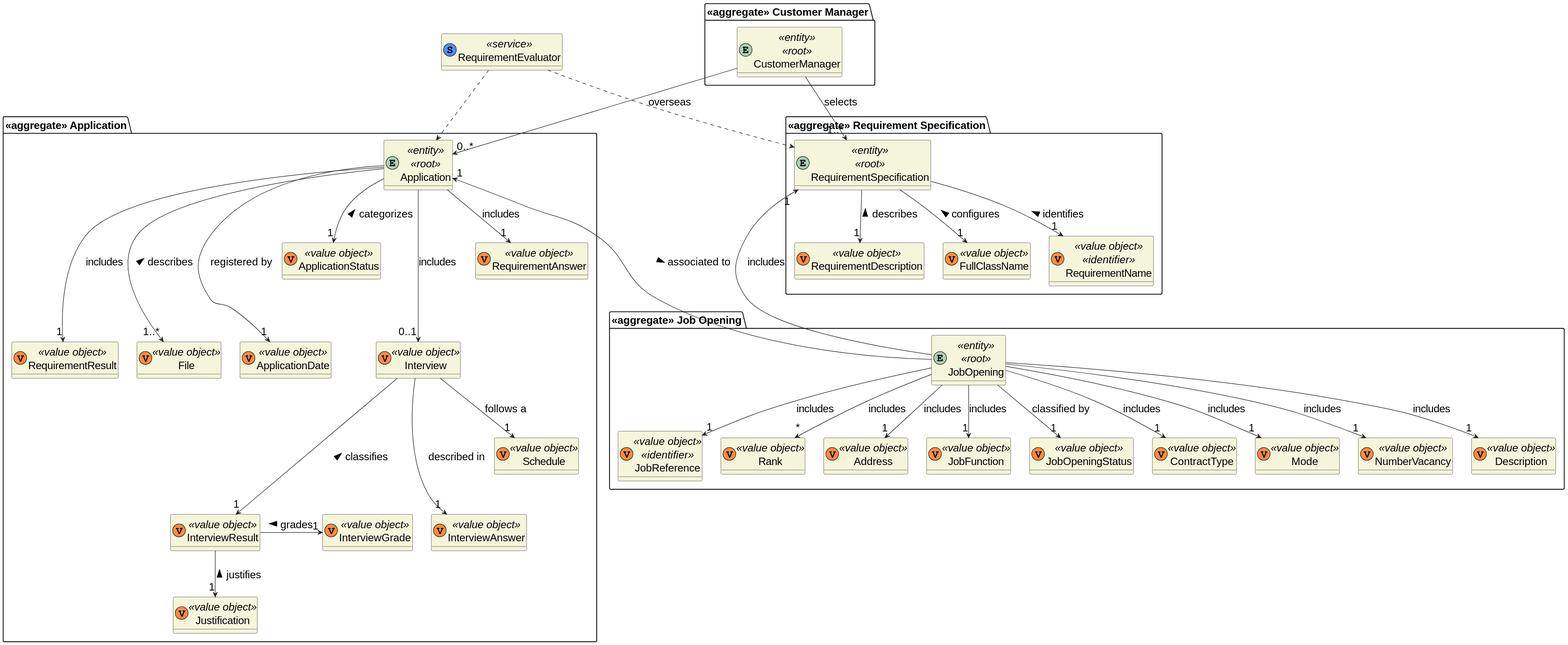
Earlier version of the PlantUML export docs/sprint-c/us_1015/domain-model.svg (rita-barbosa/LAPR4-2324). Source of this version:
```plantuml
@startuml
skinparamlocked defaultFontSize 20

skinparam classAttributeIconSize 0
hide empty attributes
skinparam classBackgroundColor beige
skinparam ArrowColor #222222







    class RequirementEvaluator <<(S,#4d91f7) service>> {}

package "<<aggregate>> Requirement Specification" {
    entity RequirementSpecification <<entity>> <<root>>  {}
    class RequirementName <<(V,#FF8B40) value object>> <<identifier>> {}
    class RequirementDescription <<(V,#FF8B40) value object>> {}
     class FullClassName <<(V,#FF8B40) value object>> {}
}
package "<<aggregate>> Job Opening" {
    entity JobOpening <<entity>> <<root>> {}
    class JobFunction <<(V,#FF8B40) value object>> {}
    class JobOpeningStatus <<(V,#FF8B40) value object>> {}
    class ContractType <<(V,#FF8B40) value object>> {}
    class Mode <<(V,#FF8B40) value object>> {}
    class NumberVacancy <<(V,#FF8B40) value object>> {}
       class Description <<(V,#FF8B40) value object>> {}
     class JobReference <<(V,#FF8B40) value object>> <<identifier>> {}
      class Rank <<(V,#FF8B40) value object>>{}
          class Address <<(V,#FF8B40) value object>> {}
}
package "<<aggregate>> Customer Manager" {
    entity CustomerManager <<entity>> <<root>>  {}
}


package "<<aggregate>> Application" {
    entity Application <<entity>><<root>>  {}
    class ApplicationDate <<(V,#FF8B40) value object>> {}
    class ApplicationStatus <<(V,#FF8B40) value object>> {}
    class Interview <<(V,#FF8B40) value object>>   {}
    class InterviewAnswer <<(V,#FF8B40) value object>>   {}
    class InterviewResult <<(V,#FF8B40) value object>>   {}
    class Justification <<(V,#FF8B40) value object>>   {}
    class InterviewGrade <<(V,#FF8B40) value object>>   {}
    class RequirementAnswer <<(V,#FF8B40) value object>>   {}
    class RequirementResult <<(V,#FF8B40) value object>>   {}
    class InterviewAnswer <<(V,#FF8B40) value object>>   {}
    class Schedule <<(V,#FF8B40) value object>> {}
     class File <<(V,#FF8B40) value object>> {}
}





CustomerManager --> "0..*" Application : overseas
CustomerManager --> "1..*" RequirementSpecification : selects
JobOpening --> "1"  JobReference : includes
JobOpening --> "1"  Mode : includes
JobOpening --> "1"  NumberVacancy : includes
JobOpening --> "1"  Address : includes
JobOpening --> "1"  JobFunction : includes
JobOpening --> "1"  Description : includes
JobOpening --> "1"  ContractType : includes
JobOpening --> "1" JobOpeningStatus : classified by
JobOpening --up-> "1"  RequirementSpecification : includes
JobOpening --> "*"  Rank : includes
JobOpening --up-> "1"  Application : associated to <

Application ---> "0..1" Interview : includes
Application --> "1" RequirementAnswer : includes
Application ---> "1" RequirementResult : includes
Application ---> "1..*" File : describes <
Application ---> "1" ApplicationDate : registered by
Application --> "1" ApplicationStatus : categorizes <
RequirementEvaluator .-> Application
RequirementEvaluator .-> RequirementSpecification
Interview ---> "1" InterviewAnswer: described in
Interview ---> "1" InterviewResult: classifies <
InterviewResult -> "1" InterviewGrade: grades <
InterviewResult --> "1" Justification: justifies <
Interview --> "1" Schedule : follows a
RequirementSpecification --> "1" RequirementName: identifies <
RequirementSpecification --> "1" RequirementDescription: describes <
RequirementSpecification --> "1" FullClassName: configures <
@enduml
```
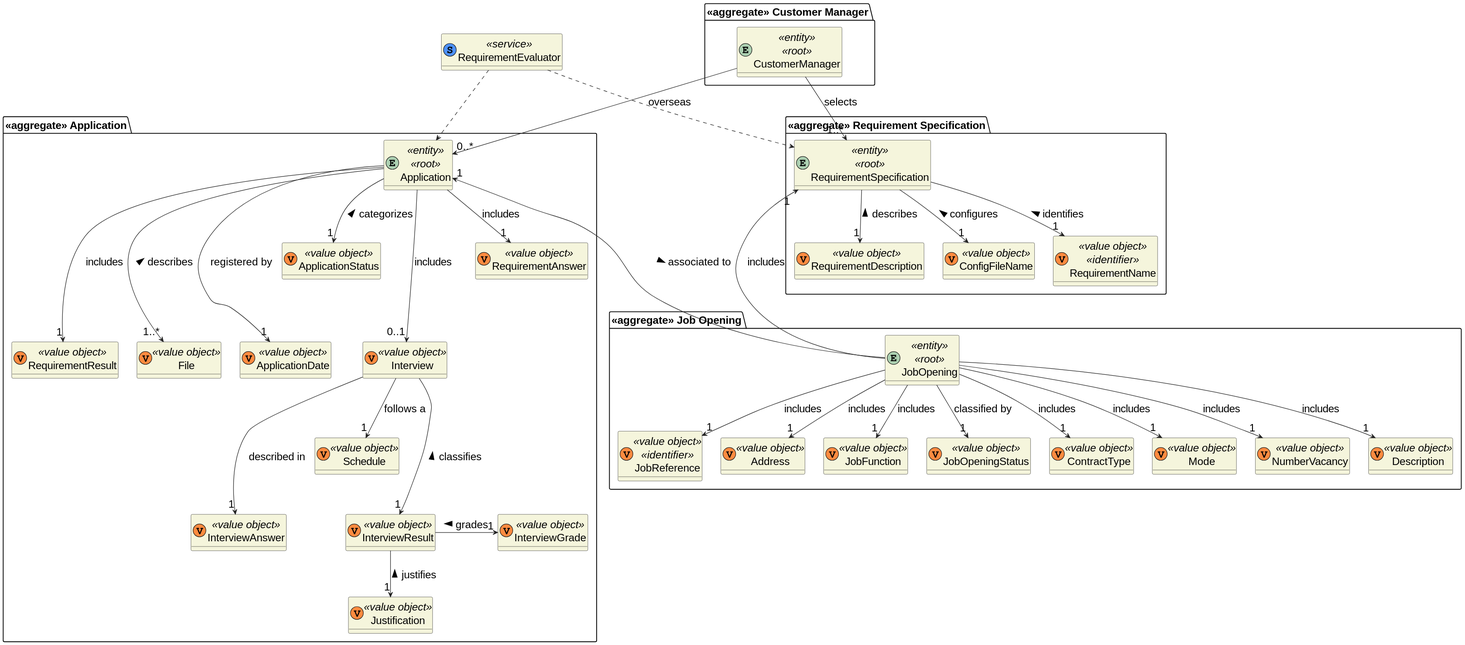
Above is the later version.

Commit message:
docs: updates domain model regarding the needed alterations for the plugin. [closes #232]

The edit, as a diff of the source:
```diff
@@ -18,7 +18,7 @@
     entity RequirementSpecification <<entity>> <<root>>  {}
     class RequirementName <<(V,#FF8B40) value object>> <<identifier>> {}
     class RequirementDescription <<(V,#FF8B40) value object>> {}
-     class FullClassName <<(V,#FF8B40) value object>> {}
+     class ConfigFileName <<(V,#FF8B40) value object>> {}
 }
 package "<<aggregate>> Job Opening" {
     entity JobOpening <<entity>> <<root>> {}
@@ -29,7 +29,6 @@
     class NumberVacancy <<(V,#FF8B40) value object>> {}
        class Description <<(V,#FF8B40) value object>> {}
      class JobReference <<(V,#FF8B40) value object>> <<identifier>> {}
-      class Rank <<(V,#FF8B40) value object>>{}
           class Address <<(V,#FF8B40) value object>> {}
 }
 package "<<aggregate>> Customer Manager" {
@@ -68,7 +67,6 @@
 JobOpening --> "1"  ContractType : includes
 JobOpening --> "1" JobOpeningStatus : classified by
 JobOpening --up-> "1"  RequirementSpecification : includes
-JobOpening --> "*"  Rank : includes
 JobOpening --up-> "1"  Application : associated to <
 
 Application ---> "0..1" Interview : includes
@@ -86,5 +84,5 @@
 Interview --> "1" Schedule : follows a
 RequirementSpecification --> "1" RequirementName: identifies <
 RequirementSpecification --> "1" RequirementDescription: describes <
-RequirementSpecification --> "1" FullClassName: configures <
+RequirementSpecification --> "1" ConfigFileName: configures <
 @enduml
```
